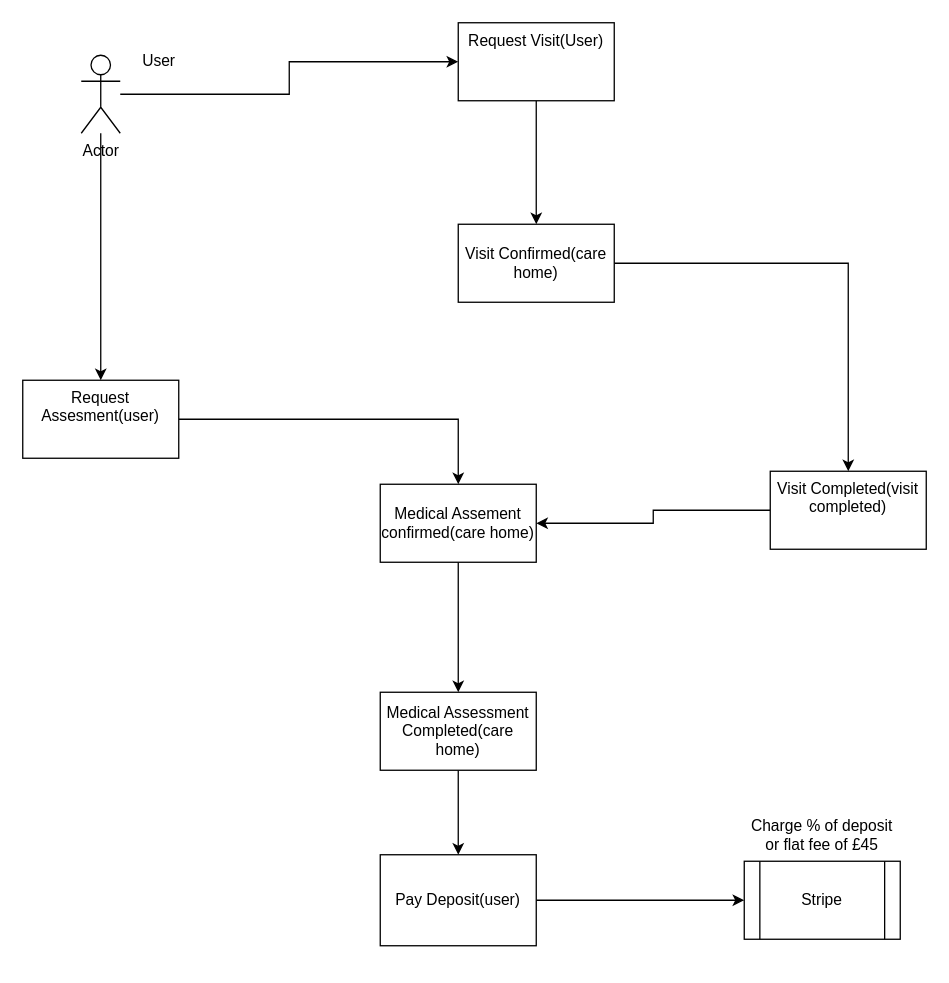
The draw.io diagram CarehomeHighLevelProcess.drawio in mattwatts36/drawings, before the edit. Source tidied: cells renumbered, new cells numbered last; positions are measured from the earlier drawing's top-left corner, leaving out a move shared by most shapes. Both pictures are drawn from the tidied source at 130%, with x=0, y=0 at pixel (22, 22).
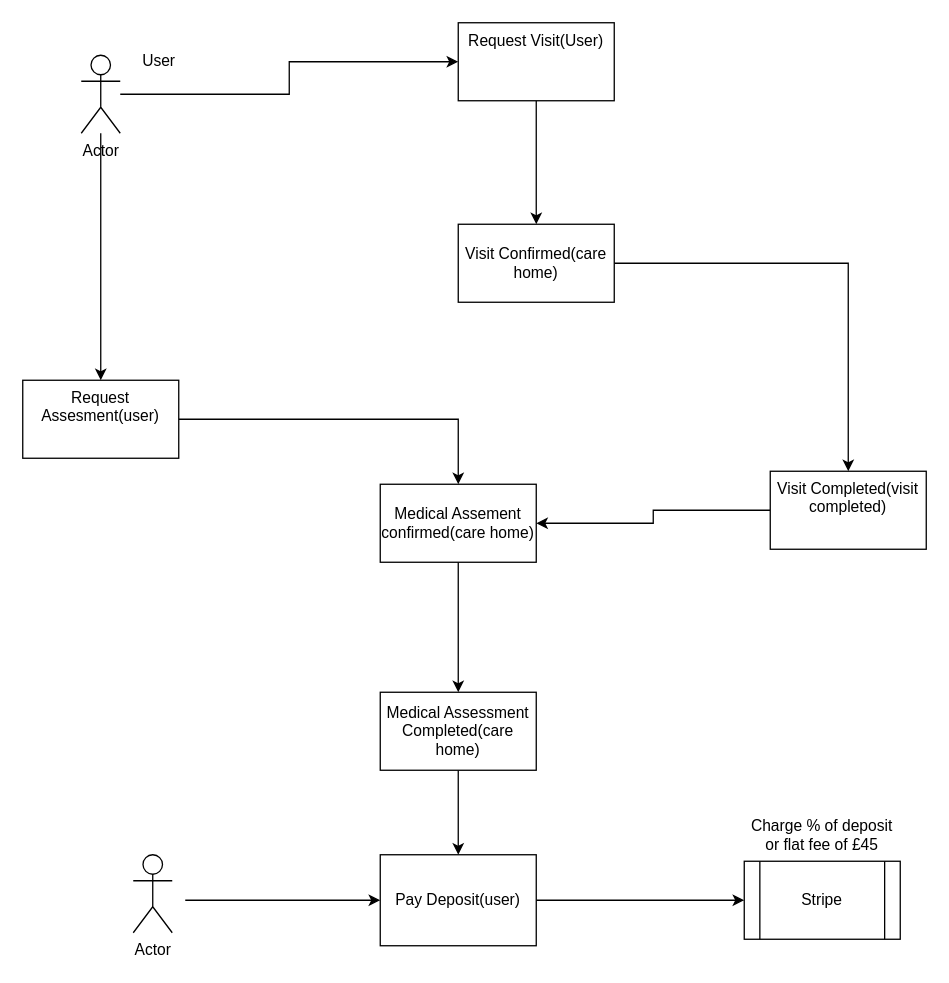
The same page after the edit.

Commit message:
Added user interaction to payment

The change refers to these unchanged cells:
```xml
<mxCell id="21" value="Pay Deposit(user)" style="whiteSpace=wrap;html=1;rounded=0;" parent="1" vertex="1">
  <mxGeometry x="275" y="640" width="120" height="70" as="geometry" />
</mxCell>
```

What changed in the source:
```diff
@@
+    <mxCell id="22" value="Actor" style="shape=umlActor;verticalLabelPosition=bottom;verticalAlign=top;html=1;" parent="1" vertex="1">
+      <mxGeometry x="85" y="640" width="30" height="60" as="geometry" />
+    </mxCell>
+    <mxCell id="23" style="endArrow=classic;html=1;rounded=0;entryX=0;entryY=0.5;entryDx=0;entryDy=0;" parent="1" edge="1" target="21">
+      <mxGeometry relative="1" as="geometry">
+        <mxPoint x="125" y="675" as="sourcePoint" />
+      </mxGeometry>
+    </mxCell>
```
